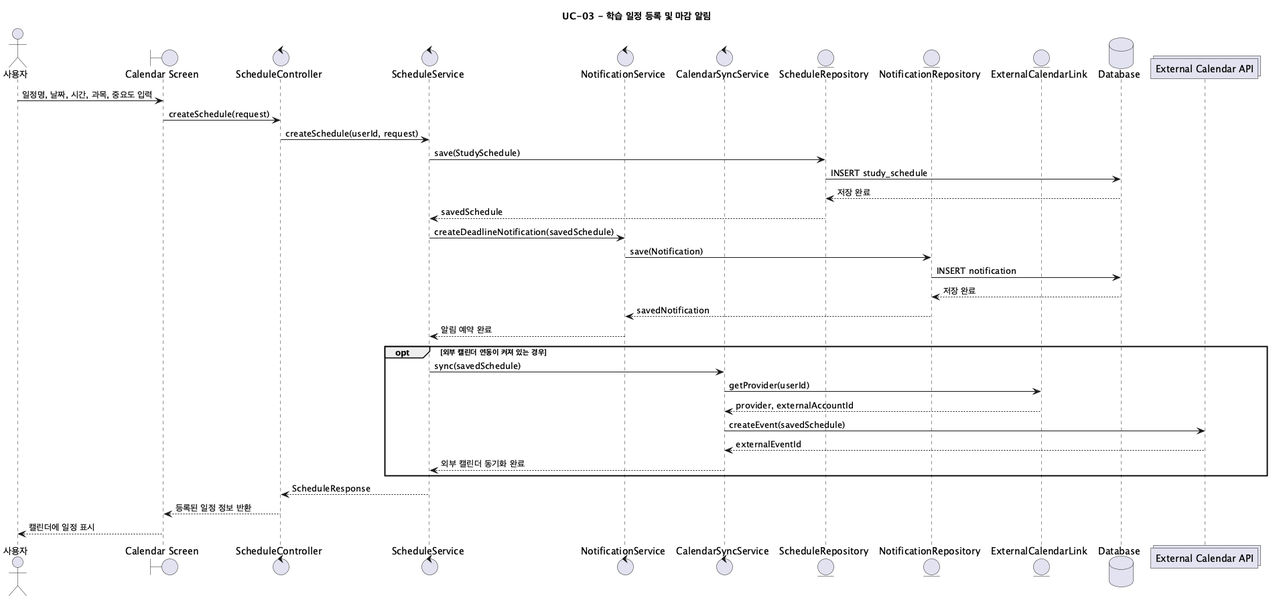
Before: screenshots/sequence-diagram/UC03_CreateSchedule.png, a diagram exported from PlantUML (jeongiryang/SoftwareEngineering_team15_project_-Smart-Edu-Platform).
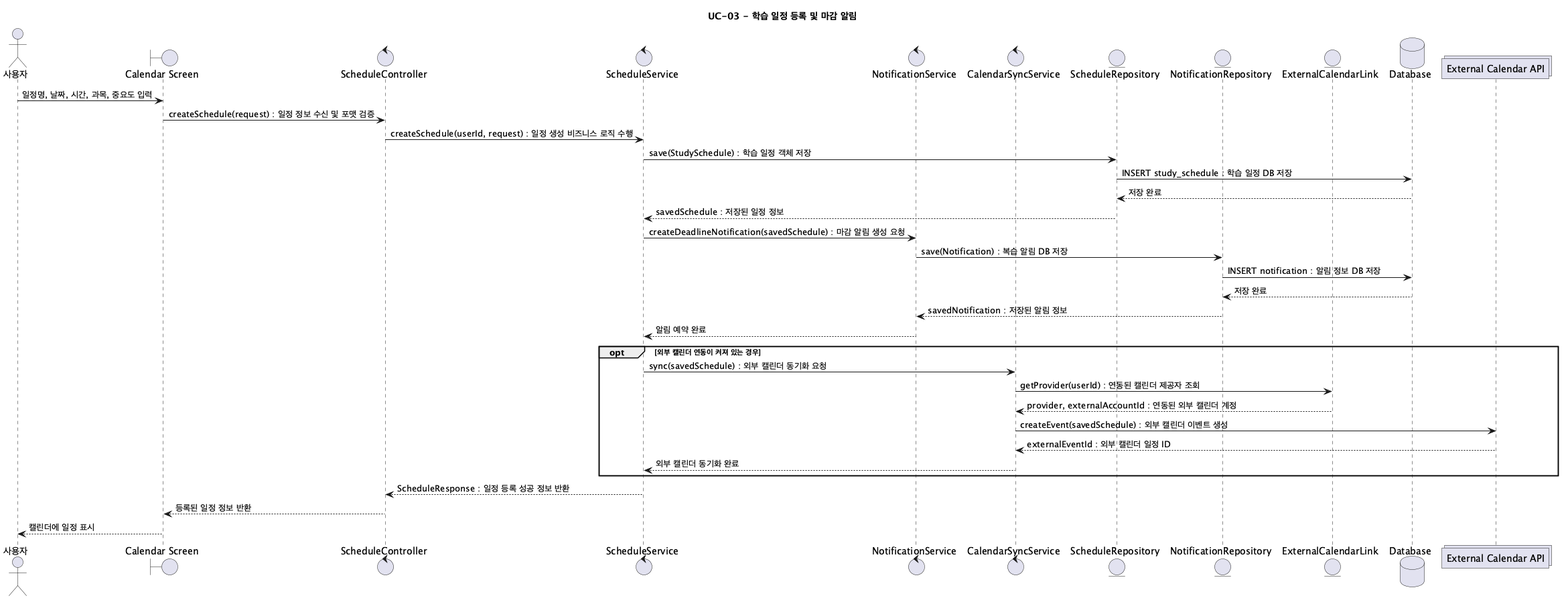
After the change.

The edit, as a diff of the source:
```diff
@@ -14,30 +14,30 @@
 collections "External Calendar API" as ExternalCalendarAPI
 
 User -> UI: 일정명, 날짜, 시간, 과목, 중요도 입력
-UI -> ScheduleController: createSchedule(request)
-ScheduleController -> ScheduleService: createSchedule(userId, request)
-ScheduleService -> ScheduleRepository: save(StudySchedule)
-ScheduleRepository -> DB: INSERT study_schedule
+UI -> ScheduleController: createSchedule(request) : 일정 정보 수신 및 포맷 검증
+ScheduleController -> ScheduleService: createSchedule(userId, request) : 일정 생성 비즈니스 로직 수행
+ScheduleService -> ScheduleRepository: save(StudySchedule) : 학습 일정 객체 저장
+ScheduleRepository -> DB: INSERT study_schedule : 학습 일정 DB 저장
 DB --> ScheduleRepository: 저장 완료
-ScheduleRepository --> ScheduleService: savedSchedule
+ScheduleRepository --> ScheduleService: savedSchedule : 저장된 일정 정보
 
-ScheduleService -> NotificationService: createDeadlineNotification(savedSchedule)
-NotificationService -> NotificationRepository: save(Notification)
-NotificationRepository -> DB: INSERT notification
+ScheduleService -> NotificationService: createDeadlineNotification(savedSchedule) : 마감 알림 생성 요청
+NotificationService -> NotificationRepository: save(Notification) : 복습 알림 DB 저장
+NotificationRepository -> DB: INSERT notification : 알림 정보 DB 저장
 DB --> NotificationRepository: 저장 완료
-NotificationRepository --> NotificationService: savedNotification
+NotificationRepository --> NotificationService: savedNotification : 저장된 알림 정보
 NotificationService --> ScheduleService: 알림 예약 완료
 
 opt 외부 캘린더 연동이 켜져 있는 경우
-  ScheduleService -> CalendarSyncService: sync(savedSchedule)
-  CalendarSyncService -> ExternalCalendarLink: getProvider(userId)
-  ExternalCalendarLink --> CalendarSyncService: provider, externalAccountId
-  CalendarSyncService -> ExternalCalendarAPI: createEvent(savedSchedule)
-  ExternalCalendarAPI --> CalendarSyncService: externalEventId
+  ScheduleService -> CalendarSyncService: sync(savedSchedule) : 외부 캘린더 동기화 요청
+  CalendarSyncService -> ExternalCalendarLink: getProvider(userId) : 연동된 캘린더 제공자 조회
+  ExternalCalendarLink --> CalendarSyncService: provider, externalAccountId : 연동된 외부 캘린더 계정
+  CalendarSyncService -> ExternalCalendarAPI: createEvent(savedSchedule) : 외부 캘린더 이벤트 생성
+  ExternalCalendarAPI --> CalendarSyncService: externalEventId : 외부 캘린더 일정 ID
   CalendarSyncService --> ScheduleService: 외부 캘린더 동기화 완료
 end
 
-ScheduleService --> ScheduleController: ScheduleResponse
+ScheduleService --> ScheduleController: ScheduleResponse : 일정 등록 성공 정보 반환
 ScheduleController --> UI: 등록된 일정 정보 반환
 UI --> User: 캘린더에 일정 표시
 
```
